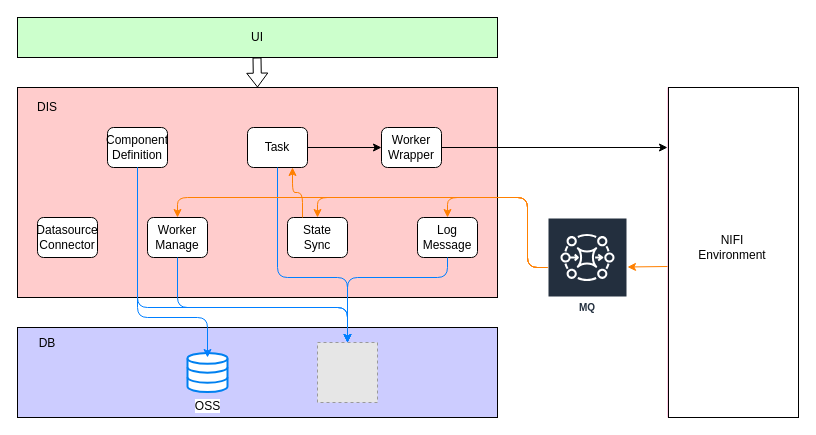
The draw.io diagram page "Modules" (13 of 16) of 自助式接入.drawio in dophinlife/drawio, before the edit. Source tidied: cells renumbered, new cells numbered last; positions are measured from the earlier drawing's top-left corner, leaving out a move shared by most shapes. Both pictures are drawn from the tidied source at 100%, with x=0, y=0 at pixel (17, 17). Pictures stored in the file or linked from it are replaced by grey dashed boxes.
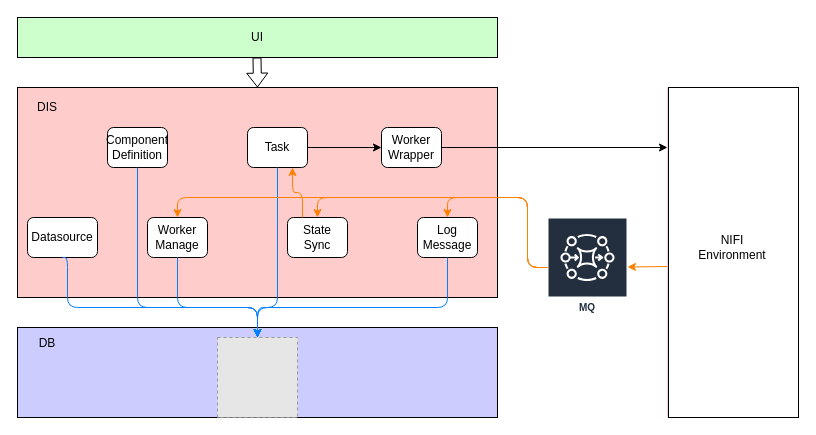
Above is the later version.

The change refers to these unchanged cells:
```xml
<mxCell id="5" value="Task" style="rounded=1;whiteSpace=wrap;html=1;" parent="1" vertex="1">
  <mxGeometry x="230" y="110" width="60" height="40" as="geometry" />
</mxCell>
<mxCell id="6" value="Component&lt;br&gt;Definition" style="rounded=1;whiteSpace=wrap;html=1;" parent="1" vertex="1">
  <mxGeometry x="90" y="110" width="60" height="40" as="geometry" />
</mxCell>
<mxCell id="7" value="Log Message" style="rounded=1;whiteSpace=wrap;html=1;" parent="1" vertex="1">
  <mxGeometry x="400" y="200" width="60" height="40" as="geometry" />
</mxCell>
<mxCell id="10" value="Worker&lt;br&gt;Manage" style="rounded=1;whiteSpace=wrap;html=1;" parent="1" vertex="1">
  <mxGeometry x="130" y="200" width="60" height="40" as="geometry" />
</mxCell>
```

Change to the diagram source:
```diff
@@
     <mxCell id="11" style="fillColor=#E6E6E6;strokeColor=#999999;dashed=1;html=1;verticalAlign=top;verticalLabelPosition=bottom;labelBackgroundColor=#ffffff;" parent="1" vertex="1">
-      <mxGeometry x="300" y="325" width="60" height="60" as="geometry" />
+      <mxGeometry x="200" y="320" width="80" height="80" as="geometry" />
     </mxCell>
-    <mxCell id="12" value="OSS" style="html=1;verticalLabelPosition=bottom;align=center;labelBackgroundColor=#ffffff;verticalAlign=top;strokeWidth=2;strokeColor=#0080F0;shadow=0;dashed=0;shape=mxgraph.ios7.icons.data;" parent="1" vertex="1">
-      <mxGeometry x="170" y="335.5" width="40" height="39" as="geometry" />
-    </mxCell>
@@
     <mxCell id="14" style="endArrow=classic;html=1;exitX=0.5;exitY=1;exitDx=0;exitDy=0;entryX=0.5;entryY=0;entryDx=0;entryDy=0;edgeStyle=orthogonalEdgeStyle;strokeColor=#007FFF;" parent="1" edge="1" source="10" target="11">
       <mxGeometry relative="1" as="geometry">
         <Array as="points">
           <mxPoint x="160" y="290" />
-          <mxPoint x="330" y="290" />
+          <mxPoint x="240" y="290" />
         </Array>
       </mxGeometry>
     </mxCell>
-    <mxCell id="15" style="endArrow=classic;html=1;exitX=0.5;exitY=1;exitDx=0;exitDy=0;edgeStyle=orthogonalEdgeStyle;strokeColor=#007FFF;" parent="1" edge="1" source="6">
-      <mxGeometry relative="1" as="geometry">
-        <mxPoint x="190" y="340" as="targetPoint" />
-        <Array as="points">
-          <mxPoint x="120" y="300" />
-          <mxPoint x="190" y="300" />
-        </Array>
-      </mxGeometry>
-    </mxCell>
@@
     <mxCell id="17" style="endArrow=classic;html=1;exitX=0.5;exitY=1;exitDx=0;exitDy=0;edgeStyle=orthogonalEdgeStyle;entryX=0.5;entryY=0;entryDx=0;entryDy=0;strokeColor=#007FFF;" parent="1" edge="1" source="5" target="11">
       <mxGeometry relative="1" as="geometry">
         <Array as="points">
-          <mxPoint x="260" y="260" />
-          <mxPoint x="330" y="260" />
+          <mxPoint x="260" y="290" />
+          <mxPoint x="240" y="290" />
         </Array>
       </mxGeometry>
     </mxCell>
     <mxCell id="18" style="endArrow=classic;html=1;edgeStyle=orthogonalEdgeStyle;entryX=0.5;entryY=0;entryDx=0;entryDy=0;exitX=0.5;exitY=1;exitDx=0;exitDy=0;strokeColor=#007FFF;" parent="1" edge="1" source="7" target="11">
       <mxGeometry relative="1" as="geometry">
         <Array as="points">
-          <mxPoint x="430" y="260" />
-          <mxPoint x="330" y="260" />
+          <mxPoint x="430" y="290" />
+          <mxPoint x="240" y="290" />
         </Array>
       </mxGeometry>
     </mxCell>
@@
     <mxCell id="30" style="endArrow=classic;html=1;edgeStyle=orthogonalEdgeStyle;entryX=0.5;entryY=0;entryDx=0;entryDy=0;strokeColor=#007FFF;" parent="1" edge="1" target="11">
       <mxGeometry relative="1" as="geometry">
         <mxPoint x="120" y="150" as="sourcePoint" />
         <Array as="points">
           <mxPoint x="120" y="290" />
-          <mxPoint x="330" y="290" />
+          <mxPoint x="240" y="290" />
         </Array>
       </mxGeometry>
     </mxCell>
-    <mxCell id="31" value="Datasource&lt;br&gt;Connector" style="rounded=1;whiteSpace=wrap;html=1;" parent="1" vertex="1">
-      <mxGeometry x="20" y="200" width="60" height="40" as="geometry" />
+    <mxCell id="31" value="Datasource" style="rounded=1;whiteSpace=wrap;html=1;" parent="1" vertex="1">
+      <mxGeometry x="10" y="200" width="70" height="40" as="geometry" />
     </mxCell>
@@
+    <mxCell id="34" style="endArrow=classic;html=1;edgeStyle=orthogonalEdgeStyle;strokeColor=#007FFF;exitX=0.5;exitY=1;exitDx=0;exitDy=0;" parent="1" edge="1" source="31">
+      <mxGeometry relative="1" as="geometry">
+        <mxPoint x="240" y="320" as="targetPoint" />
+        <Array as="points">
+          <mxPoint x="50" y="290" />
+          <mxPoint x="240" y="290" />
+        </Array>
+      </mxGeometry>
+    </mxCell>
```
